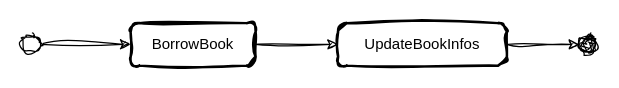
Earlier version of the draw.io diagram useCaseDiagram/borrow.drawio (Jinlkj/DrawIO). Source tidied: cells renumbered, new cells numbered last; positions are measured from the earlier drawing's top-left corner, leaving out a move shared by most shapes. Both pictures are drawn from the tidied source at 125%, with x=0, y=0 at pixel (21, 22).
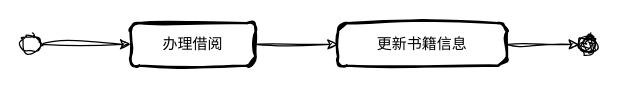
The same page after the edit.

Diff of the diagram source:
```diff
@@
 <mxGraphModel background="#ffffff">
   <root>
     <mxCell id="0" />
     <mxCell id="1" parent="0" />
     <mxCell id="2" style="edgeStyle=orthogonalEdgeStyle;rounded=0;sketch=1;hachureGap=4;jiggle=2;curveFitting=1;jettySize=auto;html=1;exitX=1;exitY=0.5;exitDx=0;exitDy=0;entryX=0;entryY=0.5;entryDx=0;entryDy=0;fontFamily=Architects Daughter;fontSize=16;" parent="1" edge="1" source="3" target="5">
       <mxGeometry relative="1" as="geometry" />
     </mxCell>
     <mxCell id="3" style="ellipse;labelBackgroundColor=none;sketch=1;curveFitting=1;jiggle=2;" parent="1" vertex="1">
       <mxGeometry y="10" width="14" height="14" as="geometry" />
     </mxCell>
     <mxCell id="4" style="edgeStyle=orthogonalEdgeStyle;rounded=0;sketch=1;hachureGap=4;jiggle=2;curveFitting=1;jettySize=auto;html=1;fontFamily=Architects Daughter;fontSize=16;" parent="1" edge="1" source="5" target="7">
       <mxGeometry relative="1" as="geometry" />
     </mxCell>
-    <mxCell id="5" value="BorrowBook" style="rounded=1;absoluteArcSize=1;arcSize=14;whiteSpace=wrap;strokeWidth=2;labelBackgroundColor=none;sketch=1;curveFitting=1;jiggle=2;" parent="1" vertex="1">
+    <mxCell id="5" value="办理借阅" style="rounded=1;absoluteArcSize=1;arcSize=14;whiteSpace=wrap;strokeWidth=2;labelBackgroundColor=none;sketch=1;curveFitting=1;jiggle=2;" parent="1" vertex="1">
       <mxGeometry x="87" width="100" height="34" as="geometry" />
     </mxCell>
     <mxCell id="6" style="edgeStyle=orthogonalEdgeStyle;rounded=0;sketch=1;hachureGap=4;jiggle=2;curveFitting=1;jettySize=auto;html=1;entryX=0;entryY=0.5;entryDx=0;entryDy=0;fontFamily=Architects Daughter;fontSize=16;" parent="1" edge="1" source="7" target="8">
       <mxGeometry relative="1" as="geometry" />
     </mxCell>
-    <mxCell id="7" value="UpdateBookInfos" style="rounded=1;absoluteArcSize=1;arcSize=14;whiteSpace=wrap;strokeWidth=2;labelBackgroundColor=none;sketch=1;curveFitting=1;jiggle=2;" parent="1" vertex="1">
+    <mxCell id="7" value="更新书籍信息" style="rounded=1;absoluteArcSize=1;arcSize=14;whiteSpace=wrap;strokeWidth=2;labelBackgroundColor=none;sketch=1;curveFitting=1;jiggle=2;" parent="1" vertex="1">
       <mxGeometry x="253" width="135" height="34" as="geometry" />
     </mxCell>
     <mxCell id="8" style="ellipse;shape=endState;labelBackgroundColor=none;sketch=1;curveFitting=1;jiggle=2;" parent="1" vertex="1">
       <mxGeometry x="446" y="10" width="14" height="14" as="geometry" />
     </mxCell>
   </root>
 </mxGraphModel>
```
